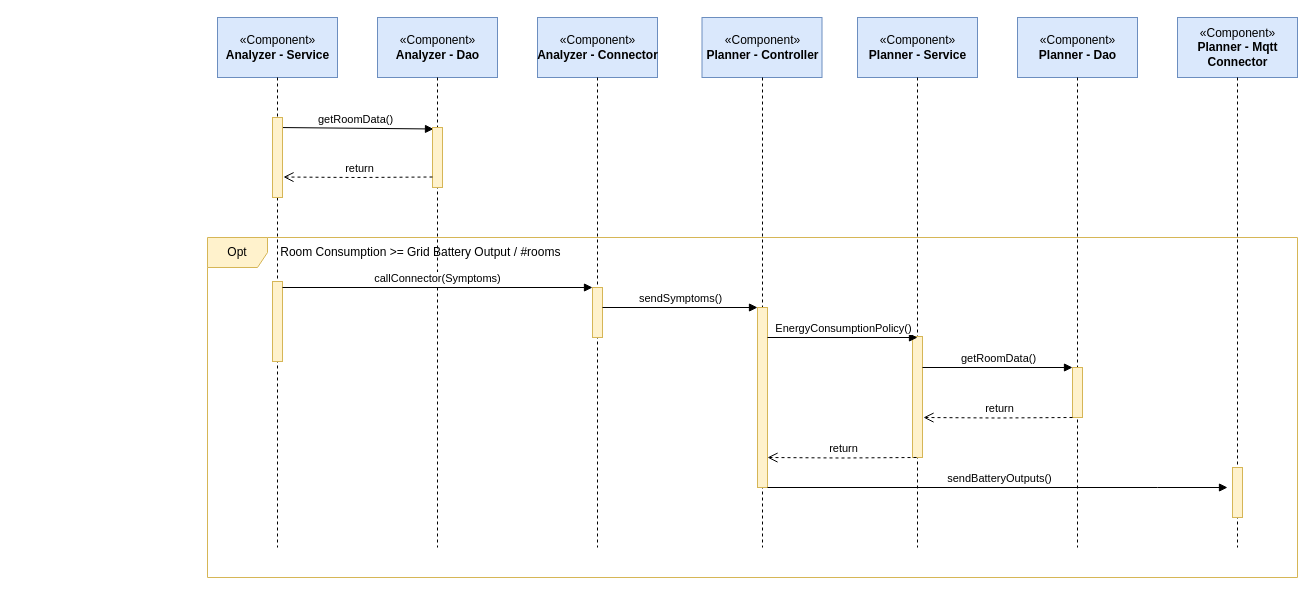
Before: Documentation/Diagrams/Sequence 1.drawio in GianlucaRea/autonomous-cwspace, a draw.io diagram. Source tidied: cells renumbered, new cells numbered last; positions are measured from the earlier drawing's top-left corner, leaving out a move shared by most shapes. Both pictures are drawn from the tidied source at 100%, with x=0, y=0 at pixel (207, 17).
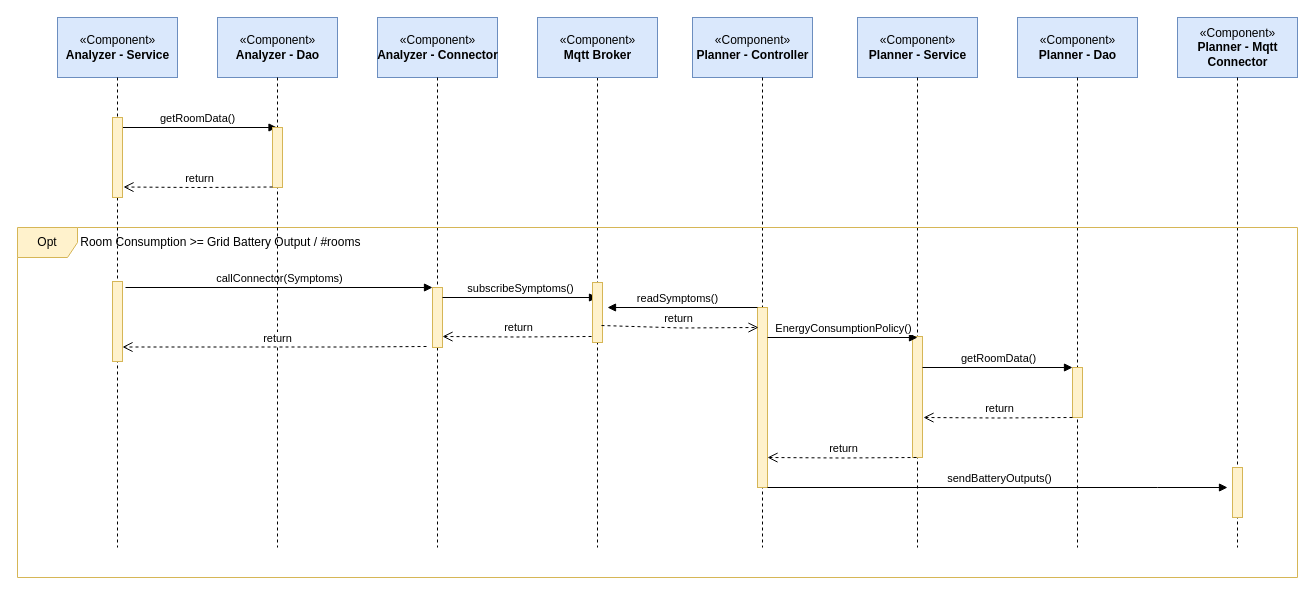
Above is the later version.

Unchanged cells that the change refers to:
```xml
<mxCell id="12" style="shape=umlLifeline;perimeter=lifelinePerimeter;whiteSpace=wrap;html=1;size=0;" parent="1" vertex="1">
  <mxGeometry x="180" y="60" width="100" height="470" as="geometry" />
</mxCell>
<mxCell id="25" style="html=1;points=[];perimeter=orthogonalPerimeter;fillColor=#fff2cc;strokeColor=#d6b656;" parent="1" vertex="1">
  <mxGeometry x="550" y="290" width="10" height="180" as="geometry" />
</mxCell>
```

Diff of the diagram source:
```diff
@@
     <mxCell id="2" value="«Component»&lt;br&gt;&lt;b&gt;Analyzer - Service&lt;/b&gt;" style="html=1;fillColor=#dae8fc;strokeColor=#6c8ebf;" parent="1" vertex="1">
-      <mxGeometry x="10" width="120" height="60" as="geometry" />
+      <mxGeometry x="-150" width="120" height="60" as="geometry" />
     </mxCell>
     <mxCell id="3" value="«Component»&lt;br&gt;&lt;b&gt;Analyzer - Dao&lt;/b&gt;" style="html=1;fillColor=#dae8fc;strokeColor=#6c8ebf;" parent="1" vertex="1">
-      <mxGeometry x="170" width="120" height="60" as="geometry" />
+      <mxGeometry x="10" width="120" height="60" as="geometry" />
     </mxCell>
-    <mxCell id="4" value="«Component»&lt;br&gt;&lt;b&gt;Analyzer - Connector&lt;/b&gt;" style="html=1;fillColor=#dae8fc;strokeColor=#6c8ebf;" parent="1" vertex="1">
-      <mxGeometry x="330" width="120" height="60" as="geometry" />
+    <mxCell id="4" value="«Component»&lt;br style=&quot;border-color: var(--border-color);&quot;&gt;&lt;b style=&quot;border-color: var(--border-color);&quot;&gt;Analyzer - Connector&lt;/b&gt;" style="html=1;fillColor=#dae8fc;strokeColor=#6c8ebf;" parent="1" vertex="1">
+      <mxGeometry x="170" width="120" height="60" as="geometry" />
     </mxCell>
     <mxCell id="5" value="«Component»&lt;br&gt;&lt;b&gt;Planner - Controller&lt;/b&gt;" style="html=1;fillColor=#dae8fc;strokeColor=#6c8ebf;" parent="1" vertex="1">
-      <mxGeometry x="494.5" width="120" height="60" as="geometry" />
+      <mxGeometry x="485" width="120" height="60" as="geometry" />
     </mxCell>
@@
-    <mxCell id="9" style="shape=umlLifeline;perimeter=lifelinePerimeter;whiteSpace=wrap;html=1;outlineConnect=0;size=0;" parent="1" vertex="1">
-      <mxGeometry x="20" y="60" width="100" height="470" as="geometry" />
-    </mxCell>
-    <mxCell id="10" value="getRoomData()" style="html=1;verticalAlign=bottom;endArrow=block;rounded=0;entryX=0.1;entryY=0.025;entryDx=0;entryDy=0;entryPerimeter=0;" parent="9" edge="1" target="13">
-      <mxGeometry relative="1" as="geometry">
-        <mxPoint x="50" y="50" as="sourcePoint" />
-      </mxGeometry>
-    </mxCell>
-    <mxCell id="11" style="html=1;points=[];perimeter=orthogonalPerimeter;fillColor=#fff2cc;strokeColor=#d6b656;" parent="9" vertex="1">
-      <mxGeometry x="45" y="40" width="10" height="80" as="geometry" />
-    </mxCell>
@@
-    <mxCell id="13" style="html=1;points=[];perimeter=orthogonalPerimeter;fillColor=#fff2cc;strokeColor=#d6b656;" parent="12" vertex="1">
-      <mxGeometry x="45" y="50" width="10" height="60" as="geometry" />
-    </mxCell>
@@
-    <mxCell id="19" value="return" style="html=1;verticalAlign=bottom;endArrow=open;dashed=1;endSize=8;rounded=0;exitX=0;exitY=0.825;exitDx=0;exitDy=0;exitPerimeter=0;entryX=1.1;entryY=0.744;entryDx=0;entryDy=0;entryPerimeter=0;" parent="1" edge="1" source="13" target="11">
-      <mxGeometry x="-0.01" relative="1" as="geometry">
-        <Array as="points">
-          <mxPoint x="150" y="160" />
-        </Array>
-        <mxPoint x="1" as="offset" />
-      </mxGeometry>
-    </mxCell>
     <mxCell id="20" value="Opt" style="shape=umlFrame;whiteSpace=wrap;html=1;fillColor=#fff2cc;strokeColor=#d6b656;" parent="1" vertex="1">
-      <mxGeometry y="220" width="1090" height="340" as="geometry" />
+      <mxGeometry x="-190" y="210" width="1280" height="350" as="geometry" />
     </mxCell>
     <mxCell id="21" value="Room Consumption &amp;gt;= Grid Battery Output / #rooms&amp;nbsp;" style="text;html=1;strokeColor=none;fillColor=none;align=center;verticalAlign=middle;whiteSpace=wrap;rounded=0;" parent="1" vertex="1">
-      <mxGeometry x="70" y="220" width="290" height="30" as="geometry" />
+      <mxGeometry x="-130" y="210" width="290" height="30" as="geometry" />
     </mxCell>
-    <mxCell id="22" style="html=1;points=[];perimeter=orthogonalPerimeter;fillColor=#fff2cc;strokeColor=#d6b656;" parent="1" vertex="1">
-      <mxGeometry x="65" y="264" width="10" height="80" as="geometry" />
-    </mxCell>
-    <mxCell id="23" value="callConnector(Symptoms)" style="html=1;verticalAlign=bottom;endArrow=block;rounded=0;" parent="1" edge="1" target="24">
-      <mxGeometry relative="1" as="geometry">
-        <mxPoint x="75" y="270" as="sourcePoint" />
-      </mxGeometry>
+    <mxCell id="23" value="callConnector(Symptoms)" style="html=1;verticalAlign=bottom;endArrow=block;rounded=0;exitX=1.3;exitY=0.075;exitDx=0;exitDy=0;exitPerimeter=0;" parent="1" edge="1" source="22" target="24">
+      <mxGeometry relative="1" as="geometry" />
     </mxCell>
     <mxCell id="24" style="html=1;points=[];perimeter=orthogonalPerimeter;fillColor=#fff2cc;strokeColor=#d6b656;" parent="1" vertex="1">
-      <mxGeometry x="385" y="270" width="10" height="50" as="geometry" />
+      <mxGeometry x="225" y="270" width="10" height="60" as="geometry" />
     </mxCell>
@@
-    <mxCell id="26" value="sendSymptoms()" style="html=1;verticalAlign=bottom;endArrow=block;rounded=0;" parent="1" edge="1">
+    <mxCell id="26" value="subscribeSymptoms()" style="html=1;verticalAlign=bottom;endArrow=block;rounded=0;" parent="1" edge="1">
       <mxGeometry x="0.01" relative="1" as="geometry">
-        <mxPoint x="395" y="290" as="sourcePoint" />
-        <mxPoint x="550" y="290" as="targetPoint" />
+        <mxPoint x="235" y="280" as="sourcePoint" />
+        <mxPoint x="390" y="280" as="targetPoint" />
       </mxGeometry>
     </mxCell>
@@
+    <mxCell id="35" value="«Component»&lt;br style=&quot;border-color: var(--border-color);&quot;&gt;&lt;b style=&quot;border-color: var(--border-color);&quot;&gt;Mqtt Broker&lt;/b&gt;" style="html=1;fillColor=#dae8fc;strokeColor=#6c8ebf;" parent="1" vertex="1">
+      <mxGeometry x="330" width="120" height="60" as="geometry" />
+    </mxCell>
+    <mxCell id="36" style="shape=umlLifeline;perimeter=lifelinePerimeter;whiteSpace=wrap;html=1;size=0;" parent="1" vertex="1">
+      <mxGeometry x="-140" y="60" width="100" height="470" as="geometry" />
+    </mxCell>
+    <mxCell id="10" value="getRoomData()" style="html=1;verticalAlign=bottom;endArrow=block;rounded=0;" parent="36" edge="1" target="9">
+      <mxGeometry relative="1" as="geometry">
+        <mxPoint x="50" y="50" as="sourcePoint" />
+      </mxGeometry>
+    </mxCell>
+    <mxCell id="11" style="html=1;points=[];perimeter=orthogonalPerimeter;fillColor=#fff2cc;strokeColor=#d6b656;" parent="36" vertex="1">
+      <mxGeometry x="45" y="40" width="10" height="80" as="geometry" />
+    </mxCell>
+    <mxCell id="22" style="html=1;points=[];perimeter=orthogonalPerimeter;fillColor=#fff2cc;strokeColor=#d6b656;" parent="36" vertex="1">
+      <mxGeometry x="45" y="204" width="10" height="80" as="geometry" />
+    </mxCell>
+    <mxCell id="9" style="shape=umlLifeline;perimeter=lifelinePerimeter;whiteSpace=wrap;html=1;outlineConnect=0;size=0;" parent="1" vertex="1">
+      <mxGeometry x="20" y="60" width="100" height="470" as="geometry" />
+    </mxCell>
+    <mxCell id="13" style="html=1;points=[];perimeter=orthogonalPerimeter;fillColor=#fff2cc;strokeColor=#d6b656;" parent="9" vertex="1">
+      <mxGeometry x="45" y="50" width="10" height="60" as="geometry" />
+    </mxCell>
+    <mxCell id="37" value="return" style="html=1;verticalAlign=bottom;endArrow=open;dashed=1;endSize=8;rounded=0;exitX=0;exitY=0.825;exitDx=0;exitDy=0;exitPerimeter=0;entryX=1.1;entryY=0.744;entryDx=0;entryDy=0;entryPerimeter=0;" parent="1" edge="1">
+      <mxGeometry x="-0.02" relative="1" as="geometry">
+        <mxPoint x="65" y="169.5" as="sourcePoint" />
+        <mxPoint x="-84" y="169.5" as="targetPoint" />
+        <Array as="points">
+          <mxPoint x="-10" y="170" />
+        </Array>
+      </mxGeometry>
+    </mxCell>
+    <mxCell id="38" value="return" style="html=1;verticalAlign=bottom;endArrow=open;dashed=1;endSize=8;rounded=0;exitX=0;exitY=0.825;exitDx=0;exitDy=0;exitPerimeter=0;entryX=1.1;entryY=0.744;entryDx=0;entryDy=0;entryPerimeter=0;" parent="1" edge="1">
+      <mxGeometry x="-0.02" relative="1" as="geometry">
+        <mxPoint x="384" y="319" as="sourcePoint" />
+        <mxPoint x="235" y="319" as="targetPoint" />
+        <Array as="points">
+          <mxPoint x="309" y="319.5" />
+        </Array>
+      </mxGeometry>
+    </mxCell>
+    <mxCell id="39" value="return" style="html=1;verticalAlign=bottom;endArrow=open;dashed=1;endSize=8;rounded=0;exitX=0;exitY=0.825;exitDx=0;exitDy=0;exitPerimeter=0;" parent="1" edge="1" target="22">
+      <mxGeometry x="-0.02" relative="1" as="geometry">
+        <mxPoint x="219" y="329" as="sourcePoint" />
+        <Array as="points">
+          <mxPoint x="144" y="329.5" />
+        </Array>
+      </mxGeometry>
+    </mxCell>
+    <mxCell id="40" style="html=1;points=[];perimeter=orthogonalPerimeter;fillColor=#fff2cc;strokeColor=#d6b656;" parent="1" vertex="1">
+      <mxGeometry x="385" y="265" width="10" height="60" as="geometry" />
+    </mxCell>
+    <mxCell id="41" value="readSymptoms()" style="html=1;verticalAlign=bottom;endArrow=block;rounded=0;" parent="1" edge="1" source="25">
+      <mxGeometry x="0.07" relative="1" as="geometry">
+        <mxPoint x="400" y="290" as="targetPoint" />
+      </mxGeometry>
+    </mxCell>
+    <mxCell id="42" value="return" style="html=1;verticalAlign=bottom;endArrow=open;dashed=1;endSize=8;rounded=0;exitX=0.9;exitY=0.717;exitDx=0;exitDy=0;exitPerimeter=0;entryX=0.1;entryY=0.111;entryDx=0;entryDy=0;entryPerimeter=0;" parent="1" edge="1" source="40" target="25">
+      <mxGeometry x="-0.02" relative="1" as="geometry">
+        <Array as="points">
+          <mxPoint x="475" y="310.5" />
+        </Array>
+      </mxGeometry>
+    </mxCell>
```
